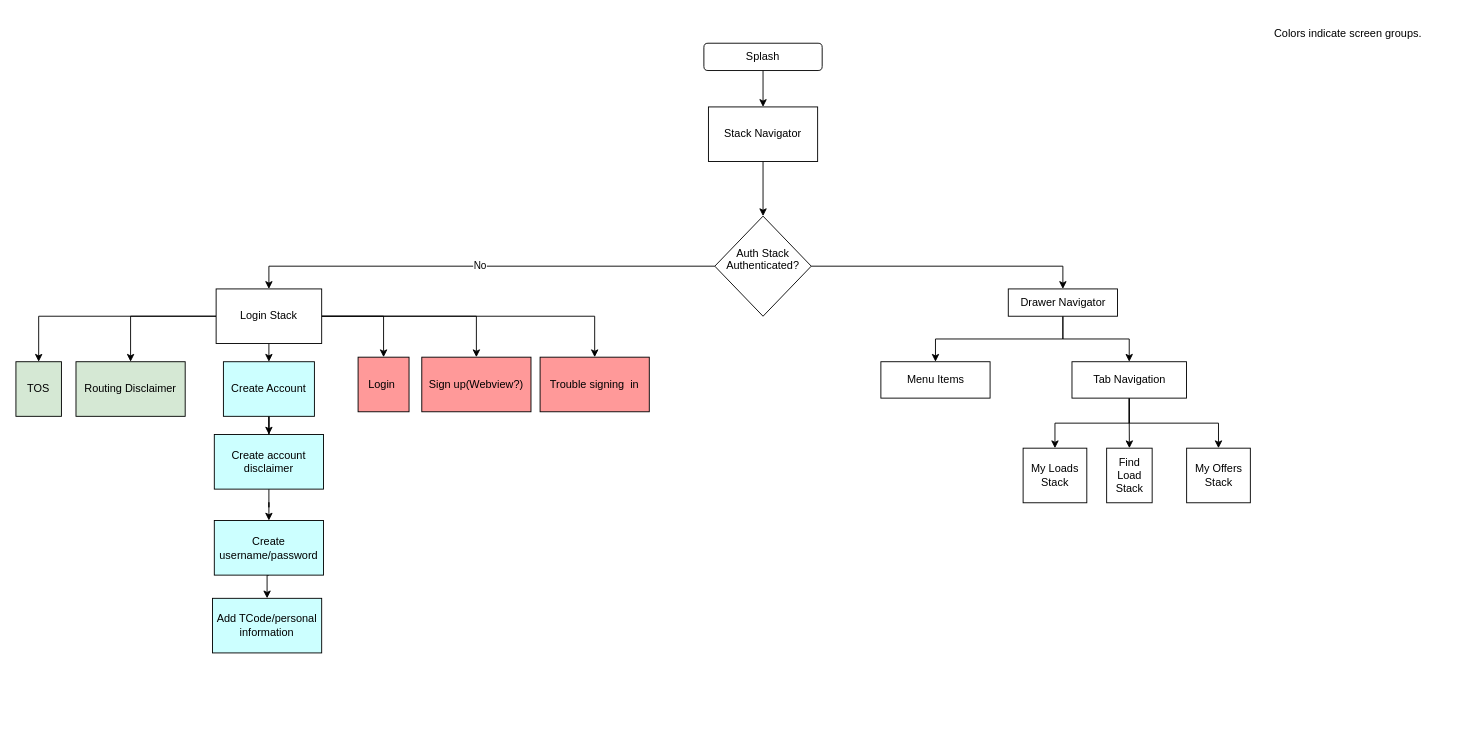
Earlier version of the draw.io diagram navigation.drawio (beesnat-chr/navigation_diagram). Source tidied: cells renumbered, new cells numbered last; positions are measured from the earlier drawing's top-left corner, leaving out a move shared by most shapes. Both pictures are drawn from the tidied source at 91%, with x=0, y=0 at pixel (15, 15).
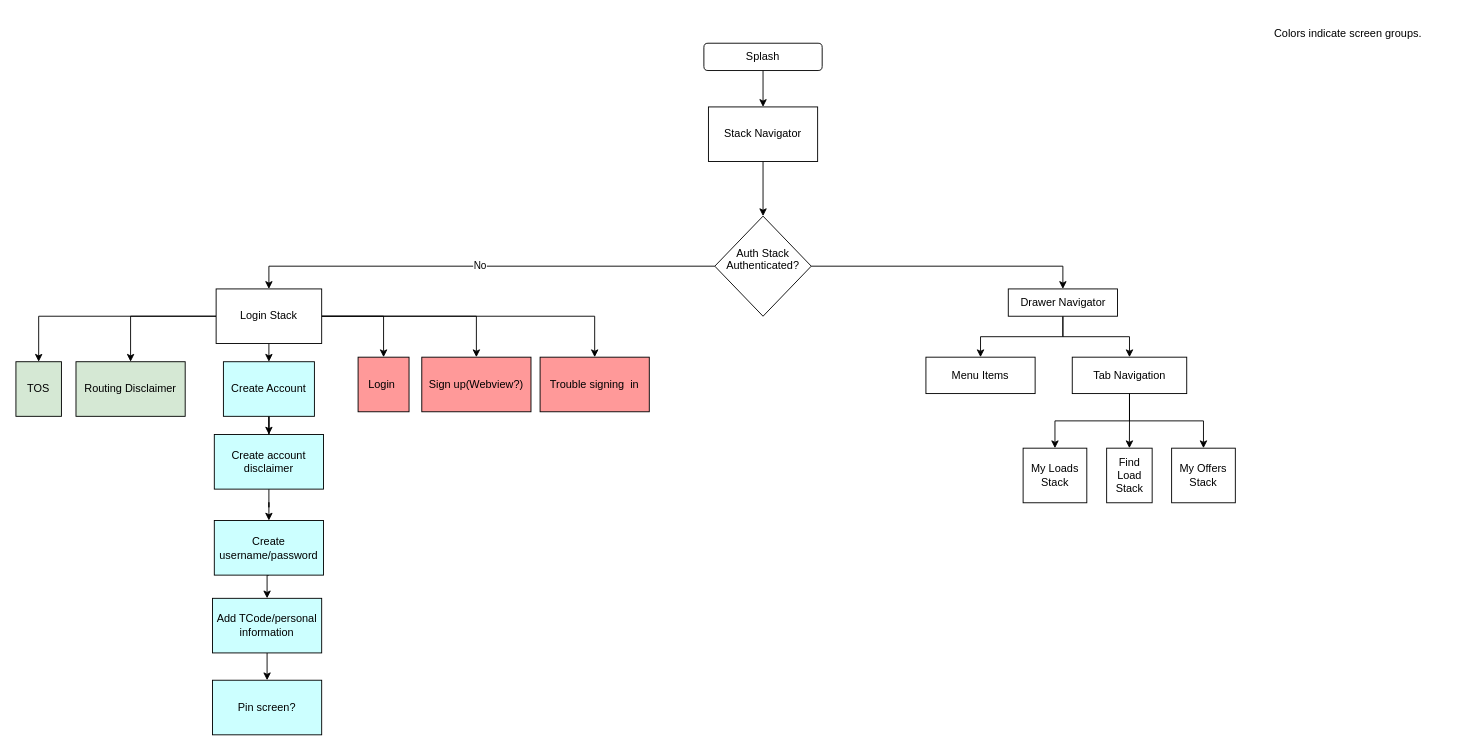
Above is the later version.

The change refers to these unchanged cells:
```xml
<mxCell id="39" value="Add TCode/personal information" style="rounded=0;whiteSpace=wrap;html=1;fillColor=#CCFFFF;" parent="1" vertex="1">
  <mxGeometry x="216" y="640" width="120" height="60" as="geometry" />
</mxCell>
```

What changed in the source:
```diff
@@
     <mxCell id="15" value="Tab Navigation" style="rounded=0;whiteSpace=wrap;html=1;" parent="1" vertex="1">
-      <mxGeometry x="1160.5" y="380" width="125.8" height="40" as="geometry" />
+      <mxGeometry x="1160.8" y="375" width="125.8" height="40" as="geometry" />
     </mxCell>
@@
     <mxCell id="18" value="My Offers Stack" style="rounded=0;whiteSpace=wrap;html=1;" parent="1" vertex="1">
-      <mxGeometry x="1286.5" y="475" width="70" height="60" as="geometry" />
+      <mxGeometry x="1270" y="475" width="70" height="60" as="geometry" />
     </mxCell>
     <mxCell id="19" value="Menu Items" style="rounded=0;whiteSpace=wrap;html=1;" parent="1" vertex="1">
-      <mxGeometry x="950.5" y="380" width="120" height="40" as="geometry" />
+      <mxGeometry x="1000" y="375" width="120" height="40" as="geometry" />
     </mxCell>
@@
+    <mxCell id="41" style="edgeStyle=orthogonalEdgeStyle;rounded=0;jettySize=auto;html=1;exitX=0.5;exitY=1;exitDx=0;exitDy=0;entryX=0.5;entryY=0;entryDx=0;entryDy=0;fontColor=#000000;strokeColor=#000;" parent="1" edge="1" source="39" target="42">
+      <mxGeometry relative="1" as="geometry" />
+    </mxCell>
@@
+    <mxCell id="42" value="Pin screen?" style="rounded=0;whiteSpace=wrap;html=1;fontColor=#000000;strokeColor=#000;fillColor=#CCFFFF;gradientColor=none;" parent="1" vertex="1">
+      <mxGeometry x="216" y="730" width="120" height="60" as="geometry" />
+    </mxCell>
```
